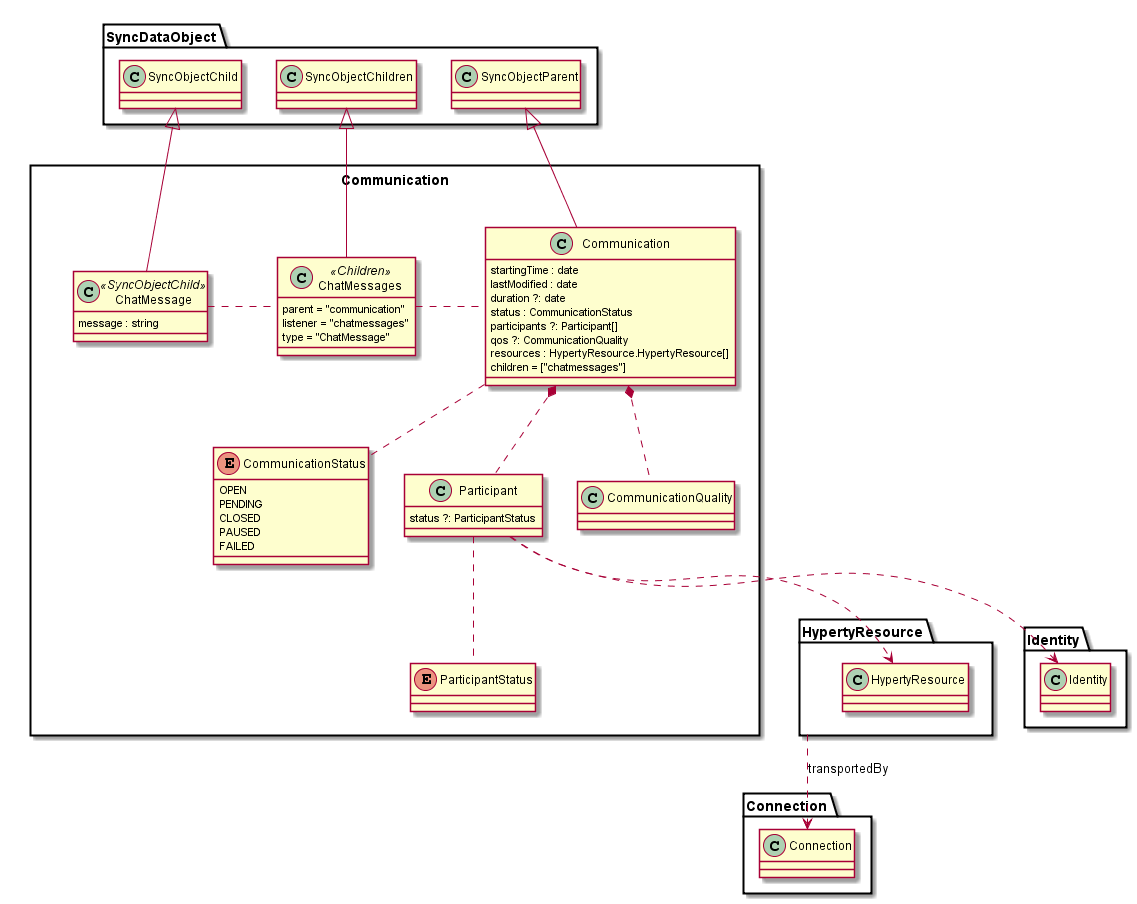
Above: docs/datamodel/data-objects/communication/Communication-Data-Object-Model.png in reTHINK-project/dev-service-framework (PlantUML), before the change.
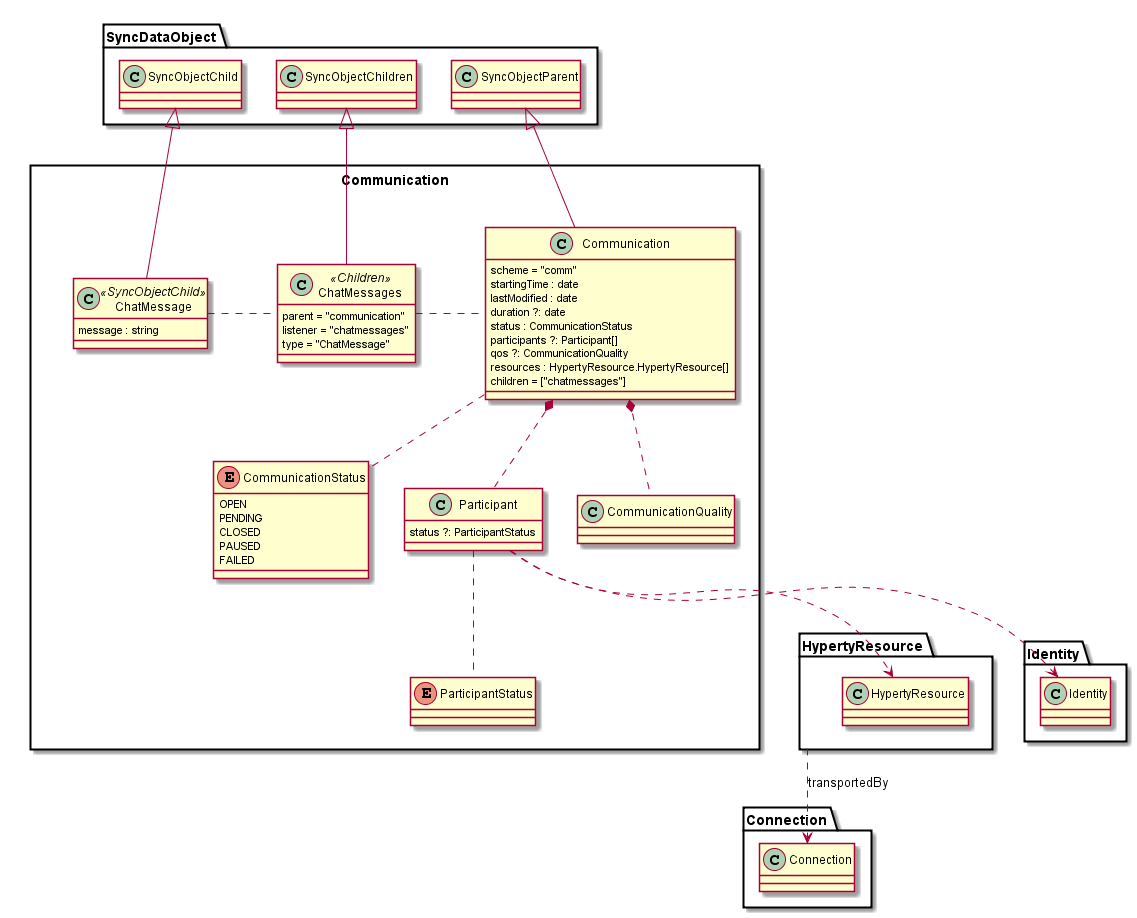
The same file after the commit.

Commit message:
added senml units to context data models

Change to the diagram source:
```diff
@@ -3,6 +3,7 @@
 package Communication <<Rect>> {
 
 	class Communication {
+		scheme = "comm"
 		startingTime : date
 		lastModified : date
 		duration ?: date
```
